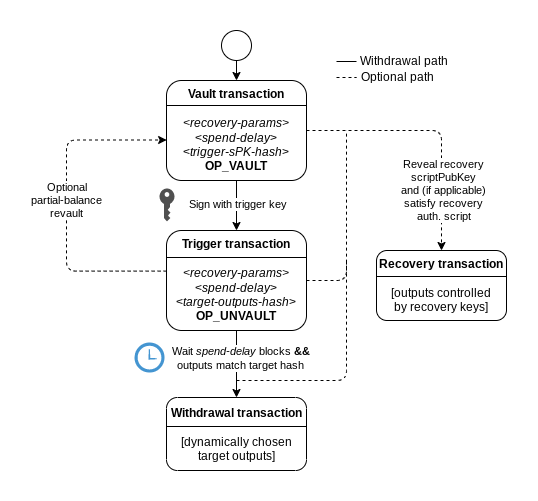
This is bip-VAULT/opvault-flow.drawio.png from bitcoin/bips, a draw.io export, as it was before one commit. Source tidied: cells renumbered, new cells last; positions are measured from the earlier drawing's top-left corner, leaving out a move shared by most shapes. Its diagram source:
```xml
<mxGraphModel>
  <root>
    <mxCell id="0" />
    <mxCell id="1" parent="0" />
    <mxCell id="2" style="edgeStyle=orthogonalEdgeStyle;rounded=0;jettySize=auto;html=1;" parent="1" edge="1" source="6" target="13">
      <mxGeometry relative="1" as="geometry" />
    </mxCell>
    <mxCell id="3" value="&lt;div&gt;Sign with trigger key&lt;/div&gt;" style="edgeLabel;html=1;align=center;verticalAlign=middle;" parent="2" vertex="1">
      <mxGeometry x="-0.31" y="-1" relative="1" as="geometry">
        <mxPoint x="1" y="6" as="offset" />
      </mxGeometry>
    </mxCell>
    <mxCell id="4" style="edgeStyle=orthogonalEdgeStyle;rounded=1;jettySize=auto;html=1;exitX=1;exitY=0.5;exitDx=0;exitDy=0;strokeColor=default;dashed=1;" parent="1" edge="1" source="6" target="7">
      <mxGeometry relative="1" as="geometry" />
    </mxCell>
    <mxCell id="5" value="Reveal recovery &lt;br&gt;scriptPubKey&lt;br&gt;and (if applicable)&lt;br&gt;satisfy recovery &lt;br&gt;auth. script" style="edgeLabel;html=1;align=center;verticalAlign=middle;" parent="4" vertex="1">
      <mxGeometry x="-0.17" y="2" relative="1" as="geometry">
        <mxPoint x="30" y="61" as="offset" />
      </mxGeometry>
    </mxCell>
    <mxCell id="6" value="&lt;div&gt;&lt;span style=&quot;background-color: initial;&quot;&gt;&lt;b&gt;Vault transaction&lt;/b&gt;&lt;/span&gt;&lt;/div&gt;&lt;div&gt;&lt;span style=&quot;background-color: initial;&quot;&gt;&lt;br&gt;&lt;/span&gt;&lt;/div&gt;&lt;div&gt;&lt;i style=&quot;background-color: initial;&quot;&gt;&amp;lt;recovery-params&amp;gt;&lt;/i&gt;&lt;br&gt;&lt;/div&gt;&lt;div&gt;&amp;lt;&lt;i&gt;spend-delay&lt;/i&gt;&amp;gt;&lt;/div&gt;&lt;div&gt;&amp;lt;&lt;i&gt;trigger-sPK-hash&lt;/i&gt;&amp;gt;&lt;br&gt;&lt;/div&gt;&lt;div&gt;&lt;b style=&quot;border-color: var(--border-color);&quot;&gt;OP_VAULT&lt;/b&gt;&lt;br&gt;&lt;/div&gt;" style="rounded=1;whiteSpace=wrap;html=1;labelPosition=center;verticalLabelPosition=middle;align=center;verticalAlign=middle;" parent="1" vertex="1">
      <mxGeometry x="100" y="50" width="140" height="100" as="geometry" />
    </mxCell>
    <mxCell id="7" value="&lt;b&gt;Recovery transaction&lt;br&gt;&lt;/b&gt;&lt;br&gt;[outputs controlled &lt;br&gt;by recovery keys]" style="rounded=1;whiteSpace=wrap;html=1;" parent="1" vertex="1">
      <mxGeometry x="310" y="220" width="130" height="70" as="geometry" />
    </mxCell>
    <mxCell id="8" style="edgeStyle=orthogonalEdgeStyle;jettySize=auto;html=1;exitX=1;exitY=0.5;exitDx=0;exitDy=0;dashed=1;strokeColor=default;endArrow=none;endFill=0;rounded=1;" parent="1" edge="1" source="13">
      <mxGeometry relative="1" as="geometry">
        <mxPoint x="280" y="100" as="targetPoint" />
      </mxGeometry>
    </mxCell>
    <mxCell id="9" style="edgeStyle=orthogonalEdgeStyle;rounded=0;jettySize=auto;html=1;strokeColor=default;" parent="1" edge="1" source="13" target="14">
      <mxGeometry relative="1" as="geometry" />
    </mxCell>
    <mxCell id="10" value="&lt;div&gt;Wait &lt;i&gt;spend-delay&lt;/i&gt; blocks &lt;b&gt;&amp;amp;&amp;amp;&lt;/b&gt;&lt;br&gt;&lt;/div&gt;&lt;div&gt;outputs match target hash&lt;br&gt;&lt;/div&gt;" style="edgeLabel;html=1;align=center;verticalAlign=middle;" parent="9" vertex="1">
      <mxGeometry x="-0.3" y="2" relative="1" as="geometry">
        <mxPoint x="1" y="4" as="offset" />
      </mxGeometry>
    </mxCell>
    <mxCell id="11" style="edgeStyle=orthogonalEdgeStyle;rounded=1;jettySize=auto;html=1;exitX=0.001;exitY=0.406;exitDx=0;exitDy=0;entryX=0.001;entryY=0.595;entryDx=0;entryDy=0;dashed=1;endArrow=classic;endFill=1;entryPerimeter=0;exitPerimeter=0;" parent="1" edge="1" source="13" target="6">
      <mxGeometry relative="1" as="geometry">
        <Array as="points">
          <mxPoint y="241" />
          <mxPoint y="110" />
        </Array>
      </mxGeometry>
    </mxCell>
    <mxCell id="12" value="Optional &lt;br&gt;partial-balance&lt;br&gt;revault" style="edgeLabel;html=1;align=center;verticalAlign=middle;" parent="11" vertex="1">
      <mxGeometry x="0.11" y="1" relative="1" as="geometry">
        <mxPoint y="13" as="offset" />
      </mxGeometry>
    </mxCell>
    <mxCell id="13" value="&lt;div&gt;&lt;b&gt;&lt;span style=&quot;background-color: initial;&quot;&gt;Trigger transaction&lt;/span&gt;&lt;br&gt;&lt;/b&gt;&lt;/div&gt;&lt;div&gt;&lt;i style=&quot;background-color: initial;&quot;&gt;&lt;br&gt;&lt;/i&gt;&lt;/div&gt;&lt;div&gt;&lt;i style=&quot;background-color: initial;&quot;&gt;&amp;lt;recovery-params&amp;gt;&lt;/i&gt;&lt;br&gt;&lt;/div&gt;&lt;div&gt;&amp;lt;&lt;i&gt;spend-delay&lt;/i&gt;&amp;gt;&lt;/div&gt;&lt;div&gt;&amp;lt;&lt;i&gt;target-outputs-hash&lt;/i&gt;&amp;gt;&lt;br&gt;&lt;/div&gt;&lt;div&gt;&lt;b style=&quot;border-color: var(--border-color);&quot;&gt;OP_UNVAULT&lt;/b&gt;&lt;br&gt;&lt;/div&gt;" style="rounded=1;whiteSpace=wrap;html=1;" parent="1" vertex="1">
      <mxGeometry x="100" y="200" width="140" height="100" as="geometry" />
    </mxCell>
    <mxCell id="14" value="&lt;b&gt;Withdrawal transaction&lt;br&gt;&lt;/b&gt;&lt;br&gt;[dynamically chosen target outputs]" style="rounded=1;whiteSpace=wrap;html=1;align=center;" parent="1" vertex="1">
      <mxGeometry x="100" y="367" width="140" height="73" as="geometry" />
    </mxCell>
    <mxCell id="15" style="edgeStyle=orthogonalEdgeStyle;rounded=0;jettySize=auto;html=1;exitX=0.5;exitY=1;exitDx=0;exitDy=0;exitPerimeter=0;entryX=0.5;entryY=0;entryDx=0;entryDy=0;strokeColor=default;" parent="1" edge="1" source="16" target="6">
      <mxGeometry relative="1" as="geometry" />
    </mxCell>
    <mxCell id="16" style="points=[[0.145,0.145,0],[0.5,0,0],[0.855,0.145,0],[1,0.5,0],[0.855,0.855,0],[0.5,1,0],[0.145,0.855,0],[0,0.5,0]];shape=mxgraph.bpmn.event;html=1;verticalLabelPosition=bottom;labelBackgroundColor=#ffffff;verticalAlign=top;align=center;perimeter=ellipsePerimeter;outlineConnect=0;outline=standard;symbol=general;rounded=1;" parent="1" vertex="1">
      <mxGeometry x="155" width="30" height="30" as="geometry" />
    </mxCell>
    <mxCell id="17" style="shadow=0;dashed=0;html=1;strokeColor=none;fillColor=#4495D1;labelPosition=center;verticalLabelPosition=bottom;verticalAlign=top;align=center;outlineConnect=0;shape=mxgraph.veeam.time;" parent="1" vertex="1">
      <mxGeometry x="68" y="312" width="30" height="30" as="geometry" />
    </mxCell>
    <mxCell id="18" style="sketch=0;shadow=0;dashed=0;html=1;strokeColor=none;fillColor=#505050;labelPosition=center;verticalLabelPosition=bottom;verticalAlign=top;align=center;shape=mxgraph.office.security.key_permissions;" parent="1" vertex="1">
      <mxGeometry x="93" y="158" width="15" height="33" as="geometry" />
    </mxCell>
    <mxCell id="19" style="endArrow=none;dashed=1;html=1;rounded=1;" parent="1" edge="1">
      <mxGeometry relative="1" as="geometry">
        <mxPoint x="170" y="350" as="sourcePoint" />
        <mxPoint x="280" y="230" as="targetPoint" />
        <Array as="points">
          <mxPoint x="280" y="350" />
        </Array>
      </mxGeometry>
    </mxCell>
    <mxCell id="20" style="endArrow=none;html=1;rounded=1;entryX=1;entryY=0.25;entryDx=0;entryDy=0;exitX=0;exitY=0.25;exitDx=0;exitDy=0;" parent="1" edge="1" source="6" target="6">
      <mxGeometry relative="1" as="geometry" />
    </mxCell>
    <mxCell id="21" style="endArrow=none;html=1;rounded=1;entryX=1;entryY=0.25;entryDx=0;entryDy=0;exitX=0;exitY=0.25;exitDx=0;exitDy=0;" parent="1" edge="1">
      <mxGeometry relative="1" as="geometry">
        <mxPoint x="100" y="227" as="sourcePoint" />
        <mxPoint x="240" y="227" as="targetPoint" />
      </mxGeometry>
    </mxCell>
    <mxCell id="22" style="endArrow=none;html=1;rounded=1;entryX=1;entryY=0.25;entryDx=0;entryDy=0;exitX=0;exitY=0.25;exitDx=0;exitDy=0;" parent="1" edge="1">
      <mxGeometry relative="1" as="geometry">
        <mxPoint x="100" y="396" as="sourcePoint" />
        <mxPoint x="240" y="396" as="targetPoint" />
      </mxGeometry>
    </mxCell>
    <mxCell id="23" style="endArrow=none;html=1;rounded=1;" parent="1" edge="1">
      <mxGeometry relative="1" as="geometry">
        <mxPoint x="310" y="246" as="sourcePoint" />
        <mxPoint x="440" y="246" as="targetPoint" />
      </mxGeometry>
    </mxCell>
    <mxCell id="24" style="endArrow=none;html=1;rounded=1;" parent="1" edge="1">
      <mxGeometry relative="1" as="geometry">
        <mxPoint x="270" y="31" as="sourcePoint" />
        <mxPoint x="290" y="31" as="targetPoint" />
      </mxGeometry>
    </mxCell>
    <mxCell id="25" value="Withdrawal path" style="text;strokeColor=none;align=left;fillColor=none;html=1;verticalAlign=middle;whiteSpace=wrap;rounded=0;" parent="1" vertex="1">
      <mxGeometry x="292" y="16" width="90" height="30" as="geometry" />
    </mxCell>
    <mxCell id="26" style="endArrow=none;html=1;rounded=1;dashed=1;" parent="1" edge="1">
      <mxGeometry relative="1" as="geometry">
        <mxPoint x="270" y="47" as="sourcePoint" />
        <mxPoint x="290" y="47" as="targetPoint" />
      </mxGeometry>
    </mxCell>
    <mxCell id="27" value="Optional path" style="text;strokeColor=none;align=left;fillColor=none;html=1;verticalAlign=middle;whiteSpace=wrap;rounded=0;" parent="1" vertex="1">
      <mxGeometry x="293" y="32" width="90" height="30" as="geometry" />
    </mxCell>
  </root>
</mxGraphModel>
```
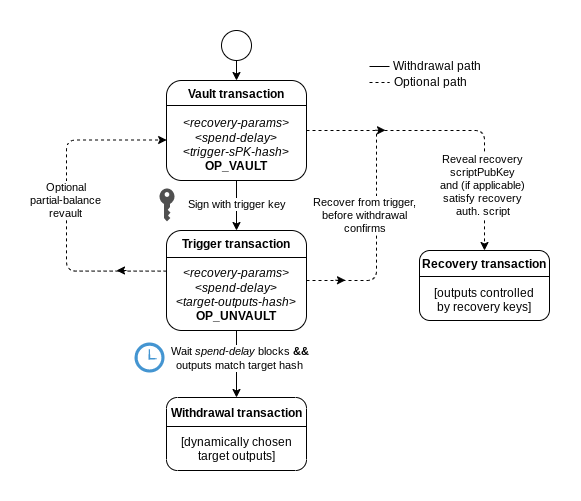
After the commit.

Change to the diagram source:
```diff
@@ -2,7 +2,7 @@
   <root>
     <mxCell id="0" />
     <mxCell id="1" parent="0" />
-    <mxCell id="2" style="edgeStyle=orthogonalEdgeStyle;rounded=0;jettySize=auto;html=1;" parent="1" edge="1" source="6" target="13">
+    <mxCell id="2" style="edgeStyle=orthogonalEdgeStyle;rounded=0;jettySize=auto;html=1;" parent="1" edge="1" source="6" target="14">
       <mxGeometry relative="1" as="geometry" />
     </mxCell>
     <mxCell id="3" value="&lt;div&gt;Sign with trigger key&lt;/div&gt;" style="edgeLabel;html=1;align=center;verticalAlign=middle;" parent="2" vertex="1">
@@ -15,67 +15,63 @@
     </mxCell>
     <mxCell id="5" value="Reveal recovery &lt;br&gt;scriptPubKey&lt;br&gt;and (if applicable)&lt;br&gt;satisfy recovery &lt;br&gt;auth. script" style="edgeLabel;html=1;align=center;verticalAlign=middle;" parent="4" vertex="1">
       <mxGeometry x="-0.17" y="2" relative="1" as="geometry">
-        <mxPoint x="30" y="61" as="offset" />
+        <mxPoint x="52" y="57" as="offset" />
       </mxGeometry>
     </mxCell>
     <mxCell id="6" value="&lt;div&gt;&lt;span style=&quot;background-color: initial;&quot;&gt;&lt;b&gt;Vault transaction&lt;/b&gt;&lt;/span&gt;&lt;/div&gt;&lt;div&gt;&lt;span style=&quot;background-color: initial;&quot;&gt;&lt;br&gt;&lt;/span&gt;&lt;/div&gt;&lt;div&gt;&lt;i style=&quot;background-color: initial;&quot;&gt;&amp;lt;recovery-params&amp;gt;&lt;/i&gt;&lt;br&gt;&lt;/div&gt;&lt;div&gt;&amp;lt;&lt;i&gt;spend-delay&lt;/i&gt;&amp;gt;&lt;/div&gt;&lt;div&gt;&amp;lt;&lt;i&gt;trigger-sPK-hash&lt;/i&gt;&amp;gt;&lt;br&gt;&lt;/div&gt;&lt;div&gt;&lt;b style=&quot;border-color: var(--border-color);&quot;&gt;OP_VAULT&lt;/b&gt;&lt;br&gt;&lt;/div&gt;" style="rounded=1;whiteSpace=wrap;html=1;labelPosition=center;verticalLabelPosition=middle;align=center;verticalAlign=middle;" parent="1" vertex="1">
       <mxGeometry x="100" y="50" width="140" height="100" as="geometry" />
     </mxCell>
     <mxCell id="7" value="&lt;b&gt;Recovery transaction&lt;br&gt;&lt;/b&gt;&lt;br&gt;[outputs controlled &lt;br&gt;by recovery keys]" style="rounded=1;whiteSpace=wrap;html=1;" parent="1" vertex="1">
-      <mxGeometry x="310" y="220" width="130" height="70" as="geometry" />
+      <mxGeometry x="353" y="220" width="130" height="70" as="geometry" />
     </mxCell>
-    <mxCell id="8" style="edgeStyle=orthogonalEdgeStyle;jettySize=auto;html=1;exitX=1;exitY=0.5;exitDx=0;exitDy=0;dashed=1;strokeColor=default;endArrow=none;endFill=0;rounded=1;" parent="1" edge="1" source="13">
+    <mxCell id="8" style="edgeStyle=orthogonalEdgeStyle;jettySize=auto;html=1;exitX=1;exitY=0.5;exitDx=0;exitDy=0;dashed=1;strokeColor=default;endArrow=none;endFill=0;rounded=1;" parent="1" edge="1" source="14">
       <mxGeometry relative="1" as="geometry">
-        <mxPoint x="280" y="100" as="targetPoint" />
+        <mxPoint x="310" y="100" as="targetPoint" />
       </mxGeometry>
     </mxCell>
-    <mxCell id="9" style="edgeStyle=orthogonalEdgeStyle;rounded=0;jettySize=auto;html=1;strokeColor=default;" parent="1" edge="1" source="13" target="14">
-      <mxGeometry relative="1" as="geometry" />
+    <mxCell id="9" value="Recover from trigger,&lt;br style=&quot;font-size: 11px;&quot;&gt;before withdrawal&lt;br style=&quot;font-size: 11px;&quot;&gt;confirms" style="edgeLabel;html=1;align=center;verticalAlign=middle;fontSize=11;" parent="8" vertex="1">
+      <mxGeometry x="0.4" y="-1" relative="1" as="geometry">
+        <mxPoint x="-13" y="19" as="offset" />
+      </mxGeometry>
     </mxCell>
-    <mxCell id="10" value="&lt;div&gt;Wait &lt;i&gt;spend-delay&lt;/i&gt; blocks &lt;b&gt;&amp;amp;&amp;amp;&lt;/b&gt;&lt;br&gt;&lt;/div&gt;&lt;div&gt;outputs match target hash&lt;br&gt;&lt;/div&gt;" style="edgeLabel;html=1;align=center;verticalAlign=middle;" parent="9" vertex="1">
-      <mxGeometry x="-0.3" y="2" relative="1" as="geometry">
-        <mxPoint x="1" y="4" as="offset" />
-      </mxGeometry>
+    <mxCell id="10" style="edgeStyle=orthogonalEdgeStyle;rounded=0;jettySize=auto;html=1;strokeColor=default;" parent="1" edge="1" source="14" target="15">
+      <mxGeometry relative="1" as="geometry" />
     </mxCell>
-    <mxCell id="11" style="edgeStyle=orthogonalEdgeStyle;rounded=1;jettySize=auto;html=1;exitX=0.001;exitY=0.406;exitDx=0;exitDy=0;entryX=0.001;entryY=0.595;entryDx=0;entryDy=0;dashed=1;endArrow=classic;endFill=1;entryPerimeter=0;exitPerimeter=0;" parent="1" edge="1" source="13" target="6">
-      <mxGeometry relative="1" as="geometry">
-        <Array as="points">
-          <mxPoint y="241" />
-          <mxPoint y="110" />
-        </Array>
+    <mxCell id="11" value="&lt;div&gt;Wait &lt;i&gt;spend-delay&lt;/i&gt; blocks &lt;b&gt;&amp;amp;&amp;amp;&lt;/b&gt;&lt;br&gt;&lt;/div&gt;&lt;div&gt;outputs match target hash&lt;br&gt;&lt;/div&gt;" style="edgeLabel;html=1;align=center;verticalAlign=middle;" parent="10" vertex="1">
+      <mxGeometry x="-0.3" y="2" relative="1" as="geometry">
+        <mxPoint x="1" y="4" as="offset" />
       </mxGeometry>
     </mxCell>
-    <mxCell id="12" value="Optional &lt;br&gt;partial-balance&lt;br&gt;revault" style="edgeLabel;html=1;align=center;verticalAlign=middle;" parent="11" vertex="1">
-      <mxGeometry x="0.11" y="1" relative="1" as="geometry">
-        <mxPoint y="13" as="offset" />
+    <mxCell id="12" style="edgeStyle=orthogonalEdgeStyle;rounded=1;jettySize=auto;html=1;exitX=0.001;exitY=0.406;exitDx=0;exitDy=0;entryX=0.001;entryY=0.595;entryDx=0;entryDy=0;dashed=1;endArrow=classic;endFill=1;entryPerimeter=0;exitPerimeter=0;" parent="1" edge="1" source="14" target="6">
+      <mxGeometry relative="1" as="geometry">
+        <Array as="points">
+          <mxPoint y="241" />
+          <mxPoint y="110" />
+        </Array>
       </mxGeometry>
     </mxCell>
-    <mxCell id="13" value="&lt;div&gt;&lt;b&gt;&lt;span style=&quot;background-color: initial;&quot;&gt;Trigger transaction&lt;/span&gt;&lt;br&gt;&lt;/b&gt;&lt;/div&gt;&lt;div&gt;&lt;i style=&quot;background-color: initial;&quot;&gt;&lt;br&gt;&lt;/i&gt;&lt;/div&gt;&lt;div&gt;&lt;i style=&quot;background-color: initial;&quot;&gt;&amp;lt;recovery-params&amp;gt;&lt;/i&gt;&lt;br&gt;&lt;/div&gt;&lt;div&gt;&amp;lt;&lt;i&gt;spend-delay&lt;/i&gt;&amp;gt;&lt;/div&gt;&lt;div&gt;&amp;lt;&lt;i&gt;target-outputs-hash&lt;/i&gt;&amp;gt;&lt;br&gt;&lt;/div&gt;&lt;div&gt;&lt;b style=&quot;border-color: var(--border-color);&quot;&gt;OP_UNVAULT&lt;/b&gt;&lt;br&gt;&lt;/div&gt;" style="rounded=1;whiteSpace=wrap;html=1;" parent="1" vertex="1">
-      <mxGeometry x="100" y="200" width="140" height="100" as="geometry" />
+    <mxCell id="13" value="Optional &lt;br&gt;partial-balance&lt;br&gt;revault" style="edgeLabel;html=1;align=center;verticalAlign=middle;points=[];" parent="12" vertex="1">
+      <mxGeometry x="0.11" y="1" relative="1" as="geometry">
+        <mxPoint y="13" as="offset" />
+      </mxGeometry>
     </mxCell>
-    <mxCell id="14" value="&lt;b&gt;Withdrawal transaction&lt;br&gt;&lt;/b&gt;&lt;br&gt;[dynamically chosen target outputs]" style="rounded=1;whiteSpace=wrap;html=1;align=center;" parent="1" vertex="1">
-      <mxGeometry x="100" y="367" width="140" height="73" as="geometry" />
+    <mxCell id="14" value="&lt;div&gt;&lt;b&gt;&lt;span style=&quot;background-color: initial;&quot;&gt;Trigger transaction&lt;/span&gt;&lt;br&gt;&lt;/b&gt;&lt;/div&gt;&lt;div&gt;&lt;i style=&quot;background-color: initial;&quot;&gt;&lt;br&gt;&lt;/i&gt;&lt;/div&gt;&lt;div&gt;&lt;i style=&quot;background-color: initial;&quot;&gt;&amp;lt;recovery-params&amp;gt;&lt;/i&gt;&lt;br&gt;&lt;/div&gt;&lt;div&gt;&amp;lt;&lt;i&gt;spend-delay&lt;/i&gt;&amp;gt;&lt;/div&gt;&lt;div&gt;&amp;lt;&lt;i&gt;target-outputs-hash&lt;/i&gt;&amp;gt;&lt;br&gt;&lt;/div&gt;&lt;div&gt;&lt;b style=&quot;border-color: var(--border-color);&quot;&gt;OP_UNVAULT&lt;/b&gt;&lt;br&gt;&lt;/div&gt;" style="rounded=1;whiteSpace=wrap;html=1;" parent="1" vertex="1">
+      <mxGeometry x="100" y="200" width="140" height="100" as="geometry" />
     </mxCell>
-    <mxCell id="15" style="edgeStyle=orthogonalEdgeStyle;rounded=0;jettySize=auto;html=1;exitX=0.5;exitY=1;exitDx=0;exitDy=0;exitPerimeter=0;entryX=0.5;entryY=0;entryDx=0;entryDy=0;strokeColor=default;" parent="1" edge="1" source="16" target="6">
-      <mxGeometry relative="1" as="geometry" />
+    <mxCell id="15" value="&lt;b&gt;Withdrawal transaction&lt;br&gt;&lt;/b&gt;&lt;br&gt;[dynamically chosen target outputs]" style="rounded=1;whiteSpace=wrap;html=1;align=center;" parent="1" vertex="1">
+      <mxGeometry x="100" y="367" width="140" height="73" as="geometry" />
     </mxCell>
-    <mxCell id="16" style="points=[[0.145,0.145,0],[0.5,0,0],[0.855,0.145,0],[1,0.5,0],[0.855,0.855,0],[0.5,1,0],[0.145,0.855,0],[0,0.5,0]];shape=mxgraph.bpmn.event;html=1;verticalLabelPosition=bottom;labelBackgroundColor=#ffffff;verticalAlign=top;align=center;perimeter=ellipsePerimeter;outlineConnect=0;outline=standard;symbol=general;rounded=1;" parent="1" vertex="1">
-      <mxGeometry x="155" width="30" height="30" as="geometry" />
+    <mxCell id="16" style="edgeStyle=orthogonalEdgeStyle;rounded=0;jettySize=auto;html=1;exitX=0.5;exitY=1;exitDx=0;exitDy=0;exitPerimeter=0;entryX=0.5;entryY=0;entryDx=0;entryDy=0;strokeColor=default;" parent="1" edge="1" source="17" target="6">
+      <mxGeometry relative="1" as="geometry" />
     </mxCell>
-    <mxCell id="17" style="shadow=0;dashed=0;html=1;strokeColor=none;fillColor=#4495D1;labelPosition=center;verticalLabelPosition=bottom;verticalAlign=top;align=center;outlineConnect=0;shape=mxgraph.veeam.time;" parent="1" vertex="1">
-      <mxGeometry x="68" y="312" width="30" height="30" as="geometry" />
+    <mxCell id="17" style="points=[[0.145,0.145,0],[0.5,0,0],[0.855,0.145,0],[1,0.5,0],[0.855,0.855,0],[0.5,1,0],[0.145,0.855,0],[0,0.5,0]];shape=mxgraph.bpmn.event;html=1;verticalLabelPosition=bottom;labelBackgroundColor=#ffffff;verticalAlign=top;align=center;perimeter=ellipsePerimeter;outlineConnect=0;outline=standard;symbol=general;rounded=1;" parent="1" vertex="1">
+      <mxGeometry x="155" width="30" height="30" as="geometry" />
     </mxCell>
-    <mxCell id="18" style="sketch=0;shadow=0;dashed=0;html=1;strokeColor=none;fillColor=#505050;labelPosition=center;verticalLabelPosition=bottom;verticalAlign=top;align=center;shape=mxgraph.office.security.key_permissions;" parent="1" vertex="1">
-      <mxGeometry x="93" y="158" width="15" height="33" as="geometry" />
+    <mxCell id="18" style="shadow=0;dashed=0;html=1;strokeColor=none;fillColor=#4495D1;labelPosition=center;verticalLabelPosition=bottom;verticalAlign=top;align=center;shape=mxgraph.veeam.time;" parent="1" vertex="1">
+      <mxGeometry x="68" y="312" width="30" height="30" as="geometry" />
     </mxCell>
-    <mxCell id="19" style="endArrow=none;dashed=1;html=1;rounded=1;" parent="1" edge="1">
-      <mxGeometry relative="1" as="geometry">
-        <mxPoint x="170" y="350" as="sourcePoint" />
-        <mxPoint x="280" y="230" as="targetPoint" />
-        <Array as="points">
-          <mxPoint x="280" y="350" />
-        </Array>
-      </mxGeometry>
+    <mxCell id="19" style="sketch=0;shadow=0;dashed=0;html=1;strokeColor=none;fillColor=#505050;labelPosition=center;verticalLabelPosition=bottom;verticalAlign=top;align=center;shape=mxgraph.office.security.key_permissions;" parent="1" vertex="1">
+      <mxGeometry x="93" y="158" width="15" height="33" as="geometry" />
     </mxCell>
     <mxCell id="20" style="endArrow=none;html=1;rounded=1;entryX=1;entryY=0.25;entryDx=0;entryDy=0;exitX=0;exitY=0.25;exitDx=0;exitDy=0;" parent="1" edge="1" source="6" target="6">
       <mxGeometry relative="1" as="geometry" />
@@ -94,27 +90,48 @@
     </mxCell>
     <mxCell id="23" style="endArrow=none;html=1;rounded=1;" parent="1" edge="1">
       <mxGeometry relative="1" as="geometry">
-        <mxPoint x="310" y="246" as="sourcePoint" />
-        <mxPoint x="440" y="246" as="targetPoint" />
+        <mxPoint x="353" y="246" as="sourcePoint" />
+        <mxPoint x="483" y="246" as="targetPoint" />
       </mxGeometry>
     </mxCell>
     <mxCell id="24" style="endArrow=none;html=1;rounded=1;" parent="1" edge="1">
       <mxGeometry relative="1" as="geometry">
-        <mxPoint x="270" y="31" as="sourcePoint" />
-        <mxPoint x="290" y="31" as="targetPoint" />
+        <mxPoint x="303" y="36" as="sourcePoint" />
+        <mxPoint x="323" y="36" as="targetPoint" />
       </mxGeometry>
     </mxCell>
     <mxCell id="25" value="Withdrawal path" style="text;strokeColor=none;align=left;fillColor=none;html=1;verticalAlign=middle;whiteSpace=wrap;rounded=0;" parent="1" vertex="1">
-      <mxGeometry x="292" y="16" width="90" height="30" as="geometry" />
+      <mxGeometry x="325" y="21" width="90" height="30" as="geometry" />
     </mxCell>
     <mxCell id="26" style="endArrow=none;html=1;rounded=1;dashed=1;" parent="1" edge="1">
       <mxGeometry relative="1" as="geometry">
-        <mxPoint x="270" y="47" as="sourcePoint" />
-        <mxPoint x="290" y="47" as="targetPoint" />
+        <mxPoint x="303" y="52" as="sourcePoint" />
+        <mxPoint x="323" y="52" as="targetPoint" />
       </mxGeometry>
     </mxCell>
     <mxCell id="27" value="Optional path" style="text;strokeColor=none;align=left;fillColor=none;html=1;verticalAlign=middle;whiteSpace=wrap;rounded=0;" parent="1" vertex="1">
-      <mxGeometry x="293" y="32" width="90" height="30" as="geometry" />
+      <mxGeometry x="326" y="37" width="90" height="30" as="geometry" />
     </mxCell>
+    <mxCell id="28" style="endArrow=classic;html=1;rounded=0;strokeColor=default;" parent="1" edge="1">
+      <mxGeometry relative="1" as="geometry">
+        <mxPoint x="269" y="249.8" as="sourcePoint" />
+        <mxPoint x="279" y="249.8" as="targetPoint" />
+        <Array as="points">
+          <mxPoint x="269" y="249.8" />
+        </Array>
+      </mxGeometry>
+    </mxCell>
+    <mxCell id="29" style="endArrow=classic;html=1;rounded=0;strokeColor=default;" parent="1" edge="1">
+      <mxGeometry relative="1" as="geometry">
+        <mxPoint x="309" y="99.8" as="sourcePoint" />
+        <mxPoint x="319" y="99.8" as="targetPoint" />
+      </mxGeometry>
+    </mxCell>
+    <mxCell id="30" style="endArrow=classic;html=1;rounded=0;strokeColor=default;" parent="1" edge="1">
+      <mxGeometry relative="1" as="geometry">
+        <mxPoint x="60" y="240" as="sourcePoint" />
+        <mxPoint x="50" y="240" as="targetPoint" />
+      </mxGeometry>
+    </mxCell>
   </root>
 </mxGraphModel>
```
